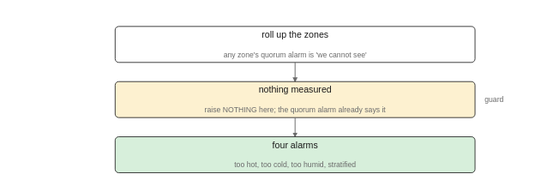
The draw.io diagram images/logic/climate_watch_law.drawio.svg in pstch/botanik2, before a commit. Source tidied: cells renumbered, new cells last; positions are measured from the earlier drawing's top-left corner, leaving out a move shared by most shapes. The source it was exported from:
```xml
<mxGraphModel>
  <root>
    <mxCell id="0" />
    <mxCell id="1" parent="0" />
    <mxCell id="2" value="roll up the zones" style="rounded=1;fillColor=#ffffff;strokeColor=#1a1a1a;whiteSpace=wrap;html=1;fontSize=8;" parent="1" vertex="1">
      <mxGeometry width="300" height="30" as="geometry" />
    </mxCell>
    <mxCell id="3" style="edgeStyle=none;html=1;strokeColor=#6b6b6b;endArrow=block;" parent="1" edge="1">
      <mxGeometry relative="1" as="geometry">
        <mxPoint x="150" y="30" as="sourcePoint" />
        <mxPoint x="150" y="46" as="targetPoint" />
      </mxGeometry>
    </mxCell>
    <mxCell id="4" value="nothing measured" style="rounded=1;fillColor=#fdf1d0;strokeColor=#1a1a1a;whiteSpace=wrap;html=1;fontSize=8;" parent="1" vertex="1">
      <mxGeometry y="46" width="300" height="30" as="geometry" />
    </mxCell>
    <mxCell id="5" value="guard" style="text;html=1;fontSize=6;fontColor=#6b6b6b;align=left;" parent="1" vertex="1">
      <mxGeometry x="308" y="56.8" width="40" height="10.2" as="geometry" />
    </mxCell>
    <mxCell id="6" style="edgeStyle=none;html=1;strokeColor=#6b6b6b;endArrow=block;" parent="1" edge="1">
      <mxGeometry relative="1" as="geometry">
        <mxPoint x="150" y="76" as="sourcePoint" />
        <mxPoint x="150" y="92" as="targetPoint" />
      </mxGeometry>
    </mxCell>
    <mxCell id="7" value="four alarms" style="rounded=1;fillColor=#d7efdb;strokeColor=#1a1a1a;whiteSpace=wrap;html=1;fontSize=8;" parent="1" vertex="1">
      <mxGeometry y="92" width="300" height="30" as="geometry" />
    </mxCell>
  </root>
</mxGraphModel>
```
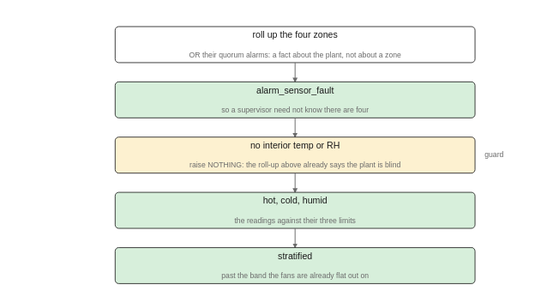
After the commit.

Commit message:
logic report: climate_watch has five outputs, not four

What changed in the source:
```diff
@@ -2,7 +2,7 @@
   <root>
     <mxCell id="0" />
     <mxCell id="1" parent="0" />
-    <mxCell id="2" value="roll up the zones" style="rounded=1;fillColor=#ffffff;strokeColor=#1a1a1a;whiteSpace=wrap;html=1;fontSize=8;" parent="1" vertex="1">
+    <mxCell id="2" value="roll up the four zones" style="rounded=1;fillColor=#ffffff;strokeColor=#1a1a1a;whiteSpace=wrap;html=1;fontSize=8;" parent="1" vertex="1">
       <mxGeometry width="300" height="30" as="geometry" />
     </mxCell>
     <mxCell id="3" style="edgeStyle=none;html=1;strokeColor=#6b6b6b;endArrow=block;" parent="1" edge="1">
@@ -11,20 +11,38 @@
         <mxPoint x="150" y="46" as="targetPoint" />
       </mxGeometry>
     </mxCell>
-    <mxCell id="4" value="nothing measured" style="rounded=1;fillColor=#fdf1d0;strokeColor=#1a1a1a;whiteSpace=wrap;html=1;fontSize=8;" parent="1" vertex="1">
+    <mxCell id="4" value="alarm_sensor_fault" style="rounded=1;fillColor=#d7efdb;strokeColor=#1a1a1a;whiteSpace=wrap;html=1;fontSize=8;" parent="1" vertex="1">
       <mxGeometry y="46" width="300" height="30" as="geometry" />
     </mxCell>
-    <mxCell id="5" value="guard" style="text;html=1;fontSize=6;fontColor=#6b6b6b;align=left;" parent="1" vertex="1">
-      <mxGeometry x="308" y="56.8" width="40" height="10.2" as="geometry" />
-    </mxCell>
-    <mxCell id="6" style="edgeStyle=none;html=1;strokeColor=#6b6b6b;endArrow=block;" parent="1" edge="1">
-      <mxGeometry relative="1" as="geometry">
-        <mxPoint x="150" y="76" as="sourcePoint" />
-        <mxPoint x="150" y="92" as="targetPoint" />
-      </mxGeometry>
-    </mxCell>
+    <mxCell id="8" style="edgeStyle=none;html=1;strokeColor=#6b6b6b;endArrow=block;" parent="1" edge="1">
+      <mxGeometry relative="1" as="geometry">
+        <mxPoint x="150" y="76" as="sourcePoint" />
+        <mxPoint x="150" y="92" as="targetPoint" />
+      </mxGeometry>
+    </mxCell>
+    <mxCell id="9" value="no interior temp or RH" style="rounded=1;fillColor=#fdf1d0;strokeColor=#1a1a1a;whiteSpace=wrap;html=1;fontSize=8;" parent="1" vertex="1">
+      <mxGeometry y="92" width="300" height="30" as="geometry" />
+    </mxCell>
-    <mxCell id="7" value="four alarms" style="rounded=1;fillColor=#d7efdb;strokeColor=#1a1a1a;whiteSpace=wrap;html=1;fontSize=8;" parent="1" vertex="1">
-      <mxGeometry y="92" width="300" height="30" as="geometry" />
+    <mxCell id="7" value="guard" style="text;html=1;fontSize=6;fontColor=#6b6b6b;align=left;" parent="1" vertex="1">
+      <mxGeometry x="308" y="102.8" width="40" height="10.2" as="geometry" />
     </mxCell>
+    <mxCell id="10" style="edgeStyle=none;html=1;strokeColor=#6b6b6b;endArrow=block;" parent="1" edge="1">
+      <mxGeometry relative="1" as="geometry">
+        <mxPoint x="150" y="122" as="sourcePoint" />
+        <mxPoint x="150" y="138" as="targetPoint" />
+      </mxGeometry>
+    </mxCell>
+    <mxCell id="11" value="hot, cold, humid" style="rounded=1;fillColor=#d7efdb;strokeColor=#1a1a1a;whiteSpace=wrap;html=1;fontSize=8;" parent="1" vertex="1">
+      <mxGeometry y="138" width="300" height="30" as="geometry" />
+    </mxCell>
+    <mxCell id="12" style="edgeStyle=none;html=1;strokeColor=#6b6b6b;endArrow=block;" parent="1" edge="1">
+      <mxGeometry relative="1" as="geometry">
+        <mxPoint x="150" y="168" as="sourcePoint" />
+        <mxPoint x="150" y="184" as="targetPoint" />
+      </mxGeometry>
+    </mxCell>
+    <mxCell id="13" value="stratified" style="rounded=1;fillColor=#d7efdb;strokeColor=#1a1a1a;whiteSpace=wrap;html=1;fontSize=8;" parent="1" vertex="1">
+      <mxGeometry y="184" width="300" height="30" as="geometry" />
+    </mxCell>
   </root>
 </mxGraphModel>
```
